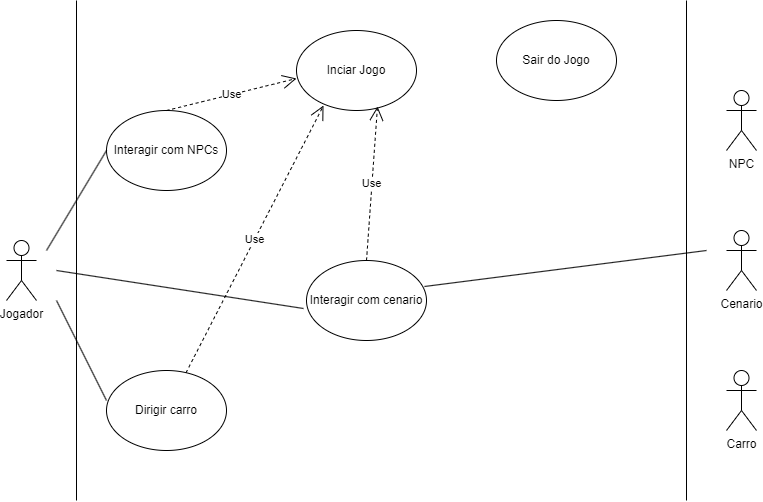
Before: Diagrama caso de uso Unity.drawio.png, a diagram exported from draw.io (lucasnoelgb/2jdprojetomusica). Source tidied: cells renumbered, new cells last; positions are measured from the earlier drawing's top-left corner, leaving out a move shared by most shapes.
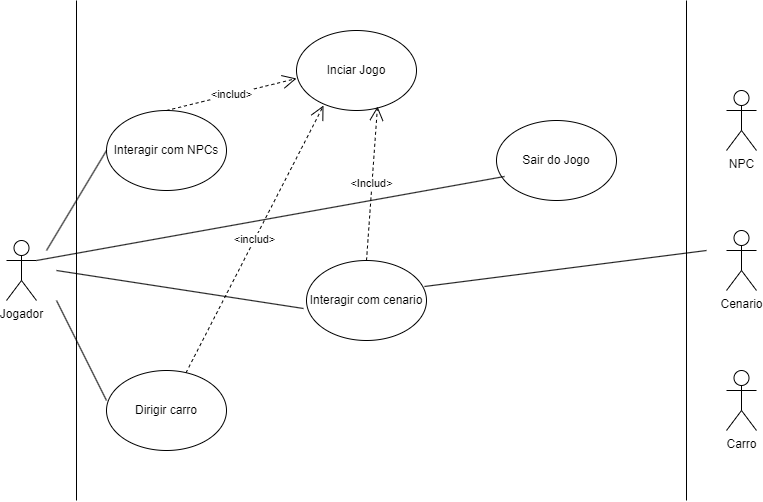
Later version of the same file.

Commit message:
arrumando ligações

The edit, as a diff of the source:
```diff
@@ -24,7 +24,7 @@
       <mxGeometry x="290" y="30" width="120" height="80" as="geometry" />
     </mxCell>
     <mxCell id="7" value="Sair do Jogo" style="ellipse;whiteSpace=wrap;html=1;" parent="1" vertex="1">
-      <mxGeometry x="490" y="20" width="120" height="80" as="geometry" />
+      <mxGeometry x="490" y="120" width="120" height="80" as="geometry" />
     </mxCell>
     <mxCell id="8" value="Interagir com NPCs" style="ellipse;whiteSpace=wrap;html=1;" parent="1" vertex="1">
       <mxGeometry x="100" y="110" width="120" height="80" as="geometry" />
@@ -56,13 +56,13 @@
         <mxPoint x="50" y="270" as="sourcePoint" />
       </mxGeometry>
     </mxCell>
-    <mxCell id="16" value="Use" style="endArrow=open;endSize=12;dashed=1;html=1;rounded=0;entryX=0.225;entryY=0.938;entryDx=0;entryDy=0;entryPerimeter=0;" parent="1" edge="1" source="9" target="6">
+    <mxCell id="16" value="&amp;lt;includ&amp;gt;&lt;br&gt;" style="endArrow=open;endSize=12;dashed=1;html=1;rounded=0;entryX=0.225;entryY=0.938;entryDx=0;entryDy=0;entryPerimeter=0;" parent="1" edge="1" source="9" target="6">
       <mxGeometry relative="1" as="geometry" />
     </mxCell>
-    <mxCell id="17" value="Use" style="endArrow=open;endSize=12;dashed=1;html=1;rounded=0;entryX=0;entryY=0.6;entryDx=0;entryDy=0;entryPerimeter=0;exitX=0.5;exitY=0;exitDx=0;exitDy=0;" parent="1" edge="1" source="8" target="6">
+    <mxCell id="17" value="&amp;lt;includ&amp;gt;&lt;br&gt;" style="endArrow=open;endSize=12;dashed=1;html=1;rounded=0;entryX=0;entryY=0.6;entryDx=0;entryDy=0;entryPerimeter=0;exitX=0.5;exitY=0;exitDx=0;exitDy=0;" parent="1" edge="1" source="8" target="6">
       <mxGeometry relative="1" as="geometry" />
     </mxCell>
-    <mxCell id="18" value="Use" style="endArrow=open;endSize=12;dashed=1;html=1;rounded=0;entryX=0.675;entryY=0.95;entryDx=0;entryDy=0;entryPerimeter=0;exitX=0.5;exitY=0;exitDx=0;exitDy=0;" parent="1" edge="1" source="10" target="6">
+    <mxCell id="18" value="&amp;lt;Includ&amp;gt;&lt;br&gt;" style="endArrow=open;endSize=12;dashed=1;html=1;rounded=0;entryX=0.675;entryY=0.95;entryDx=0;entryDy=0;entryPerimeter=0;exitX=0.5;exitY=0;exitDx=0;exitDy=0;" parent="1" edge="1" source="10" target="6">
       <mxGeometry relative="1" as="geometry" />
     </mxCell>
     <mxCell id="19" style="endArrow=none;html=1;rounded=0;exitX=0.983;exitY=0.325;exitDx=0;exitDy=0;exitPerimeter=0;" parent="1" edge="1" source="10">
@@ -70,5 +70,8 @@
         <mxPoint x="700" y="250" as="targetPoint" />
       </mxGeometry>
     </mxCell>
+    <mxCell id="20" style="endArrow=none;html=1;rounded=0;exitX=1;exitY=0.3333333333333333;exitDx=0;exitDy=0;exitPerimeter=0;entryX=0.067;entryY=0.7;entryDx=0;entryDy=0;entryPerimeter=0;" parent="1" edge="1" source="2" target="7">
+      <mxGeometry relative="1" as="geometry" />
+    </mxCell>
   </root>
 </mxGraphModel>
```
